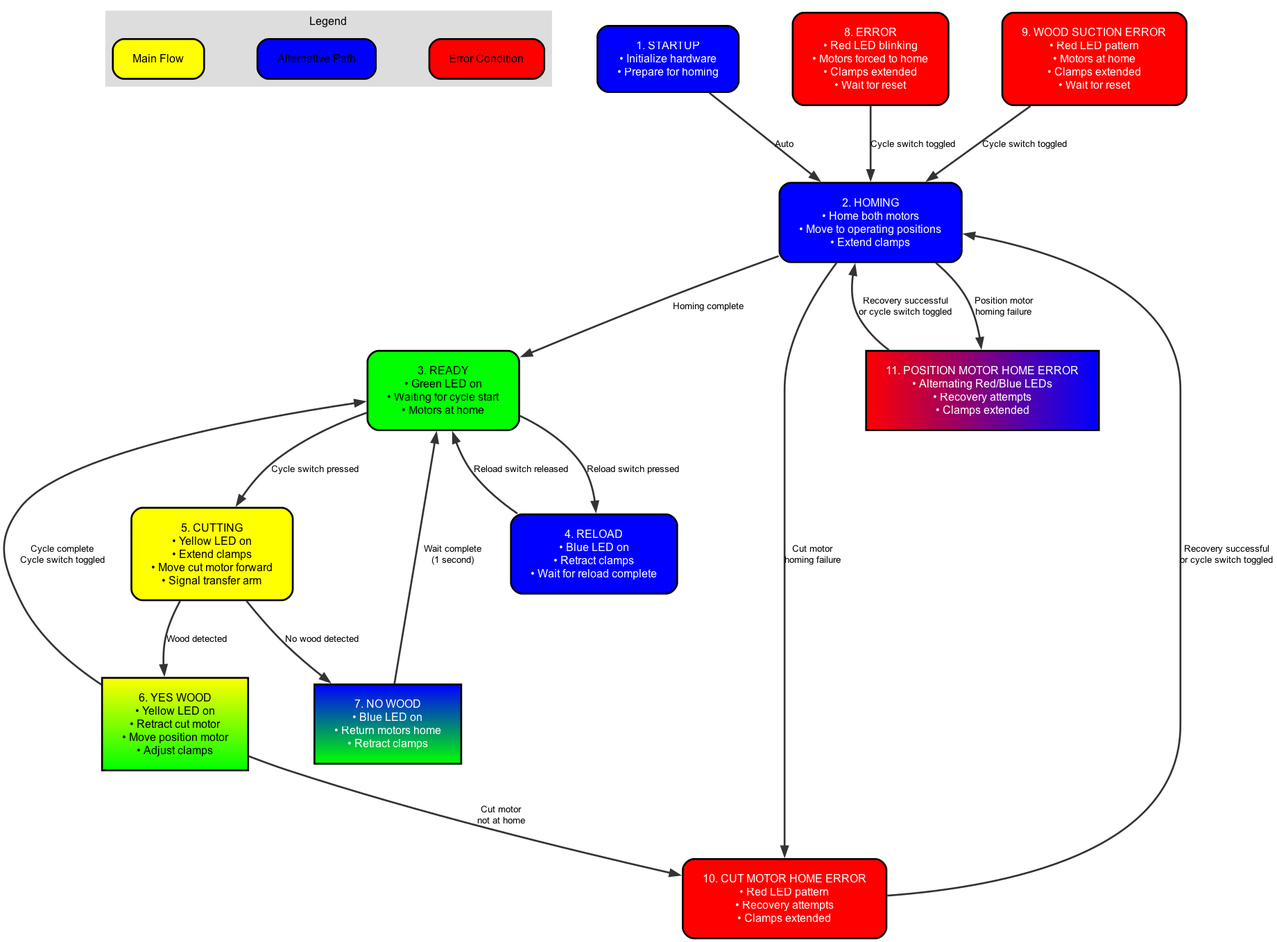
Above: flowcharts/cutting_machine_flowchart.png in akivaweil/Stage-1-Mar25 (Graphviz), before the change. Its source is kept beside it as flowcharts/cutting_machine_flowchart.dot. Source of this version:
```dot
digraph StateMachine { graph [rankdir=TB, fontname="Arial", splines=true, nodesep=0.8, ranksep=1.0]; node [shape=rect, style=rounded, fontname="Arial", fontsize=12, style="filled,rounded", margin="0.3,0.2", penwidth=2.0]; edge [fontname="Arial", fontsize=10, color="#333333", penwidth=2.0]; subgraph cluster_legend { label="Legend"; style=filled; color="#DDDDDD"; fontname="Arial"; fontsize=12; legend_main [label="Main Flow", fillcolor="#FFFF00", style="filled,rounded"]; legend_alt [label="Alternative Path", fillcolor="#0000FF", style="filled,rounded"]; legend_error [label="Error Condition", fillcolor="#FF0000", style="filled,rounded"]; } START [label="1. STARTUP
• Initialize hardware
• Prepare for homing", fillcolor="#0000FF", fontcolor="white"]; HOMING [label="2. HOMING
• Home both motors
• Move to operating positions
• Extend clamps", fillcolor="#0000FF", fontcolor="white"]; READY [label="3. READY
• Green LED on
• Waiting for cycle start
• Motors at home", fillcolor="#00FF00"]; RELOAD [label="4. RELOAD
• Blue LED on
• Retract clamps
• Wait for reload complete", fillcolor="#0000FF", fontcolor="white"]; CUTTING [label="5. CUTTING
• Yellow LED on
• Extend clamps
• Move cut motor forward
• Signal transfer arm", fillcolor="#FFFF00"]; YESWOOD [label="6. YES WOOD
• Yellow LED on
• Retract cut motor
• Move position motor
• Adjust clamps", style="filled", fillcolor="#FFFF00:#00FF00", gradientangle=270]; NOWOOD [label="7. NO WOOD
• Blue LED on
• Return motors home
• Retract clamps", style="filled", fillcolor="#0000FF:#00FF00", fontcolor="white", gradientangle=270]; ERROR [label="8. ERROR
• Red LED blinking
• Motors forced to home
• Clamps extended
• Wait for reset", fillcolor="#FF0000", fontcolor="white"]; WOOD_SUCTION_ERROR [label="9. WOOD SUCTION ERROR
• Red LED pattern
• Motors at home
• Clamps extended
• Wait for reset", fillcolor="#FF0000", fontcolor="white"]; CUT_MOTOR_HOME_ERROR [label="10. CUT MOTOR HOME ERROR
• Red LED pattern
• Recovery attempts
• Clamps extended", fillcolor="#FF0000", fontcolor="white"]; POSITION_MOTOR_HOME_ERROR [label="11. POSITION MOTOR HOME ERROR
• Alternating Red/Blue LEDs
• Recovery attempts
• Clamps extended", style="filled", fillcolor="#FF0000:#0000FF", fontcolor="white", gradientangle=0]; START -> HOMING [label="Auto"]; HOMING -> READY [label="Homing complete"]; HOMING -> CUT_MOTOR_HOME_ERROR [label="Cut motor
homing failure"]; HOMING -> POSITION_MOTOR_HOME_ERROR [label="Position motor
homing failure"]; READY -> CUTTING [label="Cycle switch pressed"]; READY -> RELOAD [label="Reload switch pressed"]; RELOAD -> READY [label="Reload switch released"]; CUTTING -> YESWOOD [label="Wood detected"]; CUTTING -> NOWOOD [label="No wood detected"]; YESWOOD -> READY [label="Cycle complete
Cycle switch toggled"]; YESWOOD -> CUT_MOTOR_HOME_ERROR [label="Cut motor
not at home"]; NOWOOD -> READY [label="Wait complete
(1 second)"]; WOOD_SUCTION_ERROR -> HOMING [label="Cycle switch toggled"]; CUT_MOTOR_HOME_ERROR -> HOMING [label="Recovery successful
or cycle switch toggled"]; POSITION_MOTOR_HOME_ERROR -> HOMING [label="Recovery successful
or cycle switch toggled"]; ERROR -> HOMING [label="Cycle switch toggled"]; }
```
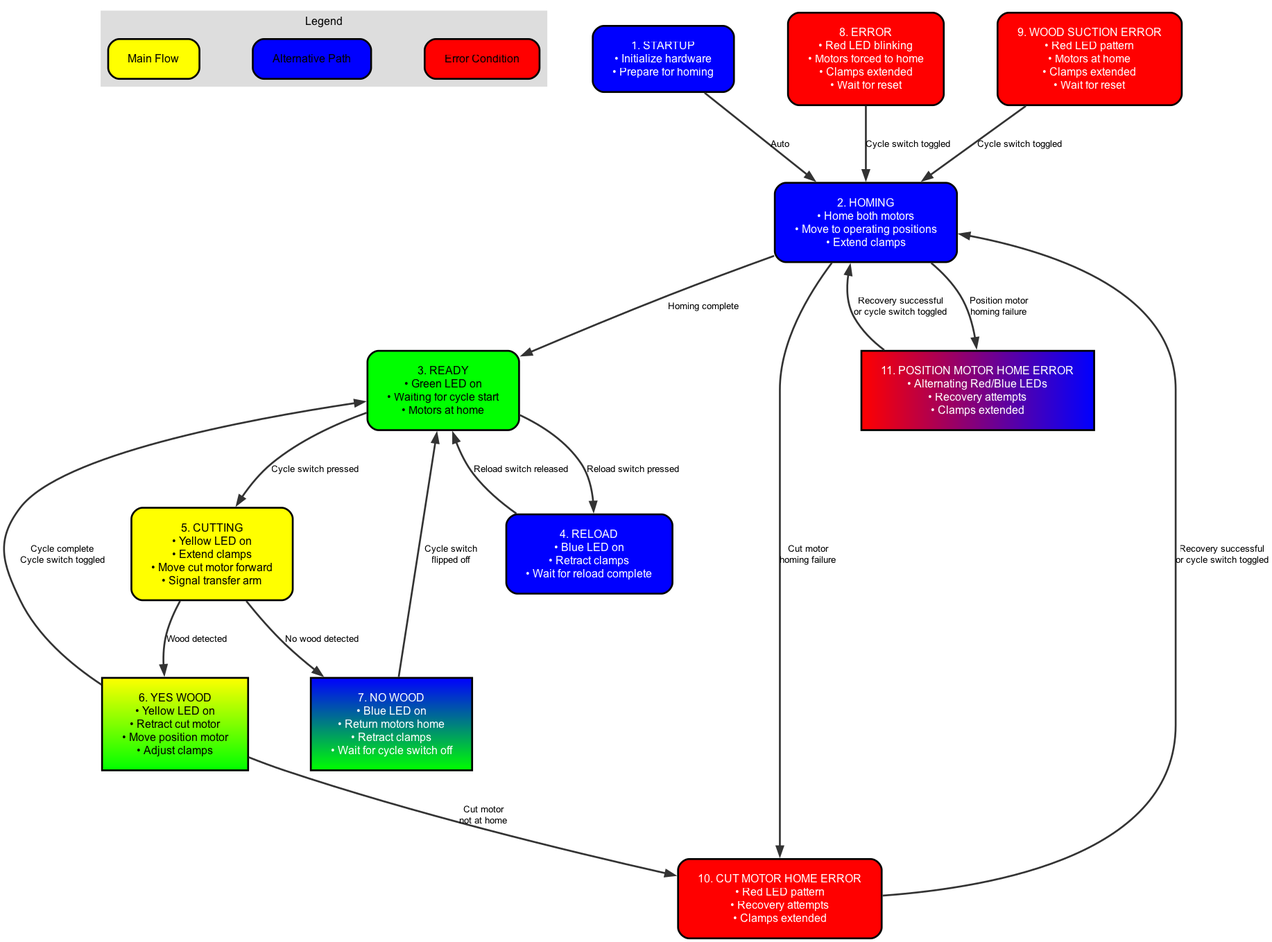
The same diagram one commit later.

Commit message:
Updated NO WOOD state to transition to READY only when cycle switch is flipped off

Diff of the diagram source:
```diff
@@ -20,7 +20,8 @@
 • Adjust clamps", style="filled", fillcolor="#FFFF00:#00FF00", gradientangle=270]; NOWOOD [label="7. NO WOOD
 • Blue LED on
 • Return motors home
-• Retract clamps", style="filled", fillcolor="#0000FF:#00FF00", fontcolor="white", gradientangle=270]; ERROR [label="8. ERROR
+• Retract clamps
+• Wait for cycle switch off", style="filled", fillcolor="#0000FF:#00FF00", fontcolor="white", gradientangle=270]; ERROR [label="8. ERROR
 • Red LED blinking
 • Motors forced to home
 • Clamps extended
@@ -38,7 +39,7 @@
 homing failure"]; HOMING -> POSITION_MOTOR_HOME_ERROR [label="Position motor
 homing failure"]; READY -> CUTTING [label="Cycle switch pressed"]; READY -> RELOAD [label="Reload switch pressed"]; RELOAD -> READY [label="Reload switch released"]; CUTTING -> YESWOOD [label="Wood detected"]; CUTTING -> NOWOOD [label="No wood detected"]; YESWOOD -> READY [label="Cycle complete
 Cycle switch toggled"]; YESWOOD -> CUT_MOTOR_HOME_ERROR [label="Cut motor
-not at home"]; NOWOOD -> READY [label="Wait complete
-(1 second)"]; WOOD_SUCTION_ERROR -> HOMING [label="Cycle switch toggled"]; CUT_MOTOR_HOME_ERROR -> HOMING [label="Recovery successful
+not at home"]; NOWOOD -> READY [label="Cycle switch
+flipped off"]; WOOD_SUCTION_ERROR -> HOMING [label="Cycle switch toggled"]; CUT_MOTOR_HOME_ERROR -> HOMING [label="Recovery successful
 or cycle switch toggled"]; POSITION_MOTOR_HOME_ERROR -> HOMING [label="Recovery successful
 or cycle switch toggled"]; ERROR -> HOMING [label="Cycle switch toggled"]; }
```
